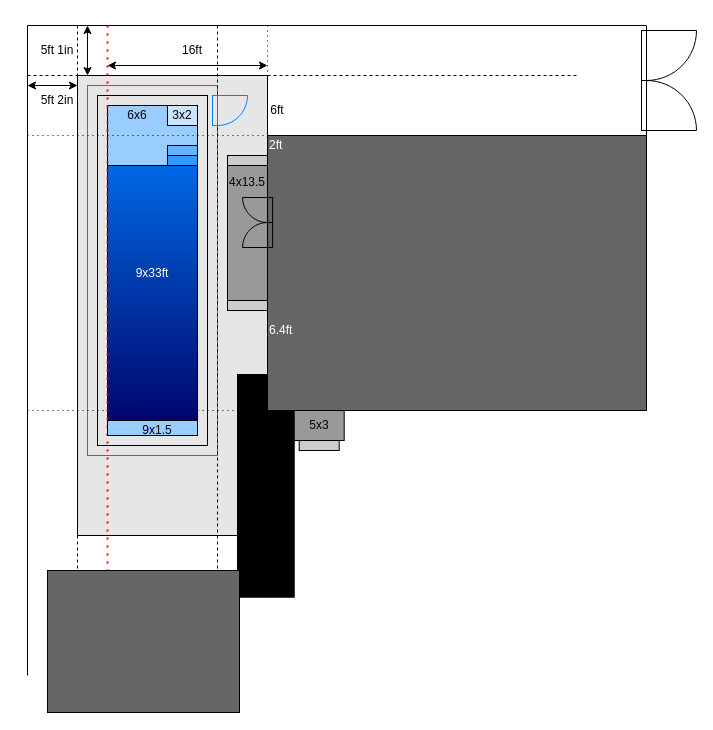
This is PoolPlan.drawio from hikumealan/draw-io-diagrams, a draw.io file, before an edit. Source tidied: cells renumbered, new cells numbered last; positions are measured from the earlier drawing's top-left corner, leaving out a move shared by most shapes. Both pictures are drawn from the tidied source at 100%, with x=0, y=0 at pixel (27, 25).
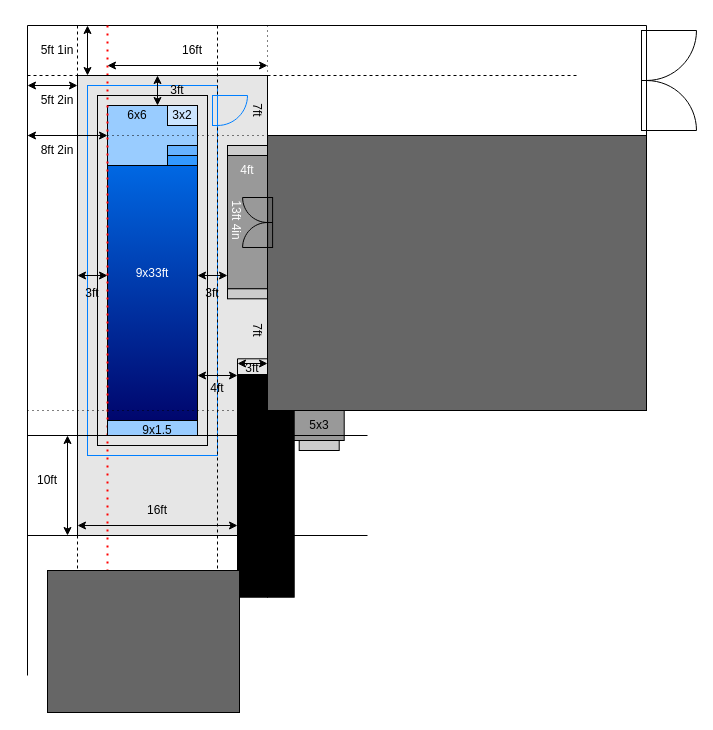
After the change.

Change to the diagram source:
```diff
@@
     <mxCell id="3" style="rounded=0;whiteSpace=wrap;html=1;fillColor=#999999;gradientColor=none;" parent="1" vertex="1">
-      <mxGeometry x="200" y="140" width="40" height="135" as="geometry" />
+      <mxGeometry x="200" y="130" width="40" height="133.3" as="geometry" />
     </mxCell>
     <mxCell id="4" style="rounded=0;whiteSpace=wrap;html=1;fillColor=#CCCCCC;gradientColor=none;" parent="1" vertex="1">
-      <mxGeometry x="200" y="275" width="40" height="10" as="geometry" />
+      <mxGeometry x="200" y="263.3" width="40" height="10" as="geometry" />
     </mxCell>
     <mxCell id="5" style="rounded=0;whiteSpace=wrap;html=1;fillColor=#CCCCCC;gradientColor=none;" parent="1" vertex="1">
-      <mxGeometry x="200" y="130" width="40" height="10" as="geometry" />
+      <mxGeometry x="200" y="120" width="40" height="10" as="geometry" />
     </mxCell>
@@
-    <mxCell id="21" value="2ft" style="text;html=1;strokeColor=none;fillColor=none;align=left;verticalAlign=middle;whiteSpace=wrap;rounded=0;fontColor=#FFFFFF;" parent="1" vertex="1">
-      <mxGeometry x="240" y="105" width="60" height="30" as="geometry" />
-    </mxCell>
@@
-    <mxCell id="23" value="4x13.5" style="text;html=1;strokeColor=none;fillColor=none;align=center;verticalAlign=middle;whiteSpace=wrap;rounded=0;" parent="1" vertex="1">
-      <mxGeometry x="190" y="142" width="60" height="30" as="geometry" />
+    <mxCell id="23" value="&lt;font color=&quot;#ffffff&quot;&gt;13ft 4in&lt;/font&gt;" style="text;html=1;strokeColor=none;fillColor=none;align=center;verticalAlign=middle;whiteSpace=wrap;rounded=0;rotation=90;" parent="1" vertex="1">
+      <mxGeometry x="179" y="180" width="60" height="30" as="geometry" />
     </mxCell>
@@
     <mxCell id="25" style="endArrow=none;html=1;rounded=0;" parent="1" edge="1">
       <mxGeometry relative="1" as="geometry">
-        <mxPoint x="210" y="349" as="sourcePoint" />
-        <mxPoint x="240" y="349" as="targetPoint" />
+        <mxPoint x="210" y="333.3" as="sourcePoint" />
+        <mxPoint x="240" y="333.3" as="targetPoint" />
       </mxGeometry>
     </mxCell>
-    <mxCell id="26" value="6.4ft" style="text;html=1;strokeColor=none;fillColor=none;align=left;verticalAlign=middle;whiteSpace=wrap;rounded=0;fontColor=#FFFFFF;" parent="1" vertex="1">
-      <mxGeometry x="240" y="290" width="60" height="30" as="geometry" />
-    </mxCell>
@@
     <mxCell id="28" style="endArrow=none;html=1;rounded=0;" parent="1" edge="1">
       <mxGeometry relative="1" as="geometry">
-        <mxPoint x="210" y="350" as="sourcePoint" />
+        <mxPoint x="210" y="333.3" as="sourcePoint" />
         <mxPoint x="210" y="510" as="targetPoint" />
       </mxGeometry>
     </mxCell>
-    <mxCell id="29" value="6ft" style="text;html=1;strokeColor=none;fillColor=none;align=center;verticalAlign=middle;whiteSpace=wrap;rounded=0;" parent="1" vertex="1">
-      <mxGeometry x="220" y="70" width="60" height="30" as="geometry" />
+    <mxCell id="29" value="7ft" style="text;html=1;strokeColor=none;fillColor=none;align=center;verticalAlign=middle;whiteSpace=wrap;rounded=0;rotation=90;" parent="1" vertex="1">
+      <mxGeometry x="200" y="70" width="60" height="30" as="geometry" />
     </mxCell>
@@
+    <mxCell id="54" value="7ft" style="text;html=1;strokeColor=none;fillColor=none;align=center;verticalAlign=middle;whiteSpace=wrap;rounded=0;rotation=90;" parent="1" vertex="1">
+      <mxGeometry x="200" y="290" width="60" height="30" as="geometry" />
+    </mxCell>
+    <mxCell id="55" value="&lt;font color=&quot;#ffffff&quot;&gt;4ft&lt;/font&gt;" style="text;html=1;strokeColor=none;fillColor=none;align=center;verticalAlign=middle;whiteSpace=wrap;rounded=0;rotation=0;" parent="1" vertex="1">
+      <mxGeometry x="190" y="130" width="60" height="30" as="geometry" />
+    </mxCell>
+    <mxCell id="56" style="endArrow=none;html=1;rounded=0;fontColor=#FFFFFF;" parent="1" edge="1">
+      <mxGeometry relative="1" as="geometry">
+        <mxPoint y="410" as="sourcePoint" />
+        <mxPoint x="340" y="410" as="targetPoint" />
+      </mxGeometry>
+    </mxCell>
+    <mxCell id="57" style="endArrow=none;html=1;rounded=0;fontColor=#FFFFFF;" parent="1" edge="1">
+      <mxGeometry relative="1" as="geometry">
+        <mxPoint y="510" as="sourcePoint" />
+        <mxPoint x="340" y="510" as="targetPoint" />
+      </mxGeometry>
+    </mxCell>
+    <mxCell id="58" style="endArrow=classic;startArrow=classic;html=1;rounded=0;fontColor=#FFFFFF;" parent="1" edge="1">
+      <mxGeometry relative="1" as="geometry">
+        <mxPoint x="40" y="410" as="sourcePoint" />
+        <mxPoint x="40" y="510" as="targetPoint" />
+      </mxGeometry>
+    </mxCell>
+    <mxCell id="59" value="10ft" style="text;html=1;strokeColor=none;fillColor=none;align=center;verticalAlign=middle;whiteSpace=wrap;rounded=0;" parent="1" vertex="1">
+      <mxGeometry x="-10" y="440" width="60" height="30" as="geometry" />
+    </mxCell>
+    <mxCell id="60" style="endArrow=classic;startArrow=classic;html=1;rounded=0;fontColor=#FFFFFF;" parent="1" edge="1">
+      <mxGeometry relative="1" as="geometry">
+        <mxPoint y="110" as="sourcePoint" />
+        <mxPoint x="80" y="110" as="targetPoint" />
+      </mxGeometry>
+    </mxCell>
+    <mxCell id="61" value="8ft 2in" style="text;html=1;strokeColor=none;fillColor=none;align=center;verticalAlign=middle;whiteSpace=wrap;rounded=0;" parent="1" vertex="1">
+      <mxGeometry y="110" width="60" height="30" as="geometry" />
+    </mxCell>
+    <mxCell id="62" style="endArrow=classic;startArrow=classic;html=1;rounded=0;fontColor=#FFFFFF;" parent="1" edge="1">
+      <mxGeometry relative="1" as="geometry">
+        <mxPoint x="50" y="250" as="sourcePoint" />
+        <mxPoint x="80" y="250" as="targetPoint" />
+      </mxGeometry>
+    </mxCell>
+    <mxCell id="63" style="endArrow=classic;startArrow=classic;html=1;rounded=0;fontColor=#FFFFFF;fontStyle=1;" parent="1" edge="1">
+      <mxGeometry relative="1" as="geometry">
+        <mxPoint x="170" y="250" as="sourcePoint" />
+        <mxPoint x="200" y="250" as="targetPoint" />
+      </mxGeometry>
+    </mxCell>
+    <mxCell id="64" value="3ft" style="text;html=1;strokeColor=none;fillColor=none;align=center;verticalAlign=middle;whiteSpace=wrap;rounded=0;" parent="1" vertex="1">
+      <mxGeometry x="35" y="253.3" width="60" height="30" as="geometry" />
+    </mxCell>
+    <mxCell id="65" value="3ft" style="text;html=1;strokeColor=none;fillColor=none;align=center;verticalAlign=middle;whiteSpace=wrap;rounded=0;" parent="1" vertex="1">
+      <mxGeometry x="155" y="253.3" width="60" height="30" as="geometry" />
+    </mxCell>
+    <mxCell id="66" style="endArrow=classic;startArrow=classic;html=1;rounded=0;fontColor=#FFFFFF;" parent="1" edge="1">
+      <mxGeometry relative="1" as="geometry">
+        <mxPoint x="130" y="50" as="sourcePoint" />
+        <mxPoint x="130" y="80" as="targetPoint" />
+      </mxGeometry>
+    </mxCell>
+    <mxCell id="67" value="3ft" style="text;html=1;strokeColor=none;fillColor=none;align=center;verticalAlign=middle;whiteSpace=wrap;rounded=0;" parent="1" vertex="1">
+      <mxGeometry x="120" y="50" width="60" height="30" as="geometry" />
+    </mxCell>
+    <mxCell id="68" style="endArrow=classic;startArrow=classic;html=1;rounded=0;fontColor=#FFFFFF;fontStyle=1;" parent="1" edge="1">
+      <mxGeometry relative="1" as="geometry">
+        <mxPoint x="170" y="350" as="sourcePoint" />
+        <mxPoint x="210" y="350" as="targetPoint" />
+      </mxGeometry>
+    </mxCell>
+    <mxCell id="69" value="4ft" style="text;html=1;strokeColor=none;fillColor=none;align=center;verticalAlign=middle;whiteSpace=wrap;rounded=0;" parent="1" vertex="1">
+      <mxGeometry x="160" y="348.3" width="60" height="30" as="geometry" />
+    </mxCell>
+    <mxCell id="70" style="endArrow=classic;startArrow=classic;html=1;rounded=0;fontColor=#FFFFFF;" parent="1" edge="1">
+      <mxGeometry relative="1" as="geometry">
+        <mxPoint x="50" y="500" as="sourcePoint" />
+        <mxPoint x="210" y="500" as="targetPoint" />
+      </mxGeometry>
+    </mxCell>
+    <mxCell id="71" value="16ft" style="text;html=1;strokeColor=none;fillColor=none;align=center;verticalAlign=middle;whiteSpace=wrap;rounded=0;" parent="1" vertex="1">
+      <mxGeometry x="100" y="470" width="60" height="30" as="geometry" />
+    </mxCell>
+    <mxCell id="72" style="endArrow=classic;startArrow=classic;html=1;rounded=0;fontColor=#FFFFFF;fontStyle=1;" parent="1" edge="1">
+      <mxGeometry relative="1" as="geometry">
+        <mxPoint x="210" y="338" as="sourcePoint" />
+        <mxPoint x="240" y="338" as="targetPoint" />
+      </mxGeometry>
+    </mxCell>
+    <mxCell id="73" value="3ft" style="text;html=1;strokeColor=none;fillColor=none;align=center;verticalAlign=middle;whiteSpace=wrap;rounded=0;" parent="1" vertex="1">
+      <mxGeometry x="195" y="328.3" width="60" height="30" as="geometry" />
+    </mxCell>
```
